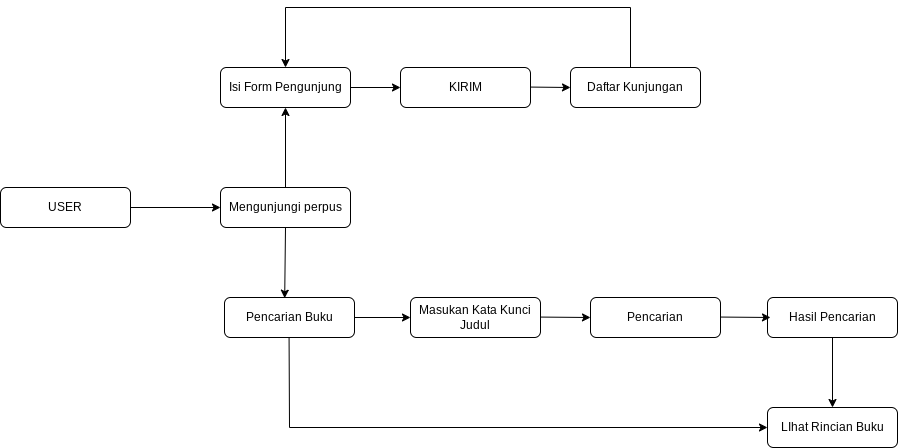
Earlier version of the draw.io export alur-perpusdigital.drawio.png (21abdilah/tefaperpus). Source tidied: cells renumbered, new cells last; positions are measured from the earlier drawing's top-left corner, leaving out a move shared by most shapes. Source of this version:
```xml
<mxGraphModel>
  <root>
    <mxCell id="0" />
    <mxCell id="1" parent="0" />
    <mxCell id="2" value="Mengunjungi perpus" style="rounded=1;whiteSpace=wrap;html=1;" parent="1" vertex="1">
      <mxGeometry x="220" y="180" width="130" height="40" as="geometry" />
    </mxCell>
    <mxCell id="3" value="USER" style="rounded=1;whiteSpace=wrap;html=1;" parent="1" vertex="1">
      <mxGeometry y="180" width="130" height="40" as="geometry" />
    </mxCell>
    <mxCell id="4" value="Pencarian Buku" style="rounded=1;whiteSpace=wrap;html=1;" parent="1" vertex="1">
      <mxGeometry x="224" y="290" width="130" height="40" as="geometry" />
    </mxCell>
    <mxCell id="5" value="Isi Form Pengunjung" style="rounded=1;whiteSpace=wrap;html=1;" parent="1" vertex="1">
      <mxGeometry x="220" y="60" width="130" height="40" as="geometry" />
    </mxCell>
    <mxCell id="6" style="endArrow=classic;html=1;rounded=0;" parent="1" edge="1" target="2">
      <mxGeometry relative="1" as="geometry">
        <mxPoint x="130" y="200" as="sourcePoint" />
      </mxGeometry>
    </mxCell>
    <mxCell id="7" style="endArrow=classic;html=1;rounded=0;entryX=0.5;entryY=1;entryDx=0;entryDy=0;exitX=0.5;exitY=0;exitDx=0;exitDy=0;" parent="1" edge="1" source="2" target="5">
      <mxGeometry relative="1" as="geometry" />
    </mxCell>
    <mxCell id="8" style="endArrow=classic;html=1;rounded=0;exitX=0.5;exitY=1;exitDx=0;exitDy=0;entryX=0.463;entryY=0.017;entryDx=0;entryDy=0;entryPerimeter=0;" parent="1" edge="1" source="2" target="4">
      <mxGeometry relative="1" as="geometry" />
    </mxCell>
    <mxCell id="9" value="Masukan Kata Kunci Judul" style="rounded=1;whiteSpace=wrap;html=1;" parent="1" vertex="1">
      <mxGeometry x="410" y="290" width="130" height="40" as="geometry" />
    </mxCell>
    <mxCell id="10" value="Pencarian" style="rounded=1;whiteSpace=wrap;html=1;" parent="1" vertex="1">
      <mxGeometry x="590" y="290" width="130" height="40" as="geometry" />
    </mxCell>
    <mxCell id="11" value="Hasil Pencarian" style="rounded=1;whiteSpace=wrap;html=1;" parent="1" vertex="1">
      <mxGeometry x="767" y="290" width="130" height="40" as="geometry" />
    </mxCell>
    <mxCell id="12" value="KIRIM" style="rounded=1;whiteSpace=wrap;html=1;" parent="1" vertex="1">
      <mxGeometry x="400" y="60" width="130" height="40" as="geometry" />
    </mxCell>
    <mxCell id="13" value="Daftar Kunjungan" style="rounded=1;whiteSpace=wrap;html=1;" parent="1" vertex="1">
      <mxGeometry x="570" y="60" width="130" height="40" as="geometry" />
    </mxCell>
    <mxCell id="14" style="endArrow=classic;html=1;rounded=0;entryX=0;entryY=0.5;entryDx=0;entryDy=0;" parent="1" edge="1" target="12">
      <mxGeometry relative="1" as="geometry">
        <mxPoint x="350" y="80" as="sourcePoint" />
      </mxGeometry>
    </mxCell>
    <mxCell id="15" style="endArrow=classic;html=1;rounded=0;" parent="1" edge="1">
      <mxGeometry relative="1" as="geometry">
        <mxPoint x="530" y="79.6" as="sourcePoint" />
        <mxPoint x="570" y="80" as="targetPoint" />
      </mxGeometry>
    </mxCell>
    <mxCell id="16" style="endArrow=classic;html=1;rounded=0;entryX=0;entryY=0.5;entryDx=0;entryDy=0;exitX=1;exitY=0.5;exitDx=0;exitDy=0;" parent="1" edge="1" source="4" target="9">
      <mxGeometry relative="1" as="geometry" />
    </mxCell>
    <mxCell id="17" style="endArrow=classic;html=1;rounded=0;exitX=1;exitY=0.5;exitDx=0;exitDy=0;" parent="1" edge="1">
      <mxGeometry relative="1" as="geometry">
        <mxPoint x="540" y="309.6" as="sourcePoint" />
        <mxPoint x="590" y="310" as="targetPoint" />
      </mxGeometry>
    </mxCell>
    <mxCell id="18" style="endArrow=classic;html=1;rounded=0;exitX=1;exitY=0.5;exitDx=0;exitDy=0;" parent="1" edge="1">
      <mxGeometry relative="1" as="geometry">
        <mxPoint x="720" y="309.6" as="sourcePoint" />
        <mxPoint x="770" y="310" as="targetPoint" />
      </mxGeometry>
    </mxCell>
    <mxCell id="19" value="LIhat Rincian Buku" style="rounded=1;whiteSpace=wrap;html=1;" parent="1" vertex="1">
      <mxGeometry x="767" y="400" width="130" height="40" as="geometry" />
    </mxCell>
    <mxCell id="20" style="endArrow=classic;html=1;rounded=0;exitX=0.5;exitY=1;exitDx=0;exitDy=0;entryX=0.5;entryY=0;entryDx=0;entryDy=0;" parent="1" edge="1" source="11" target="19">
      <mxGeometry relative="1" as="geometry" />
    </mxCell>
    <mxCell id="21" style="endArrow=classic;html=1;rounded=0;exitX=0.5;exitY=1;exitDx=0;exitDy=0;entryX=0;entryY=0.5;entryDx=0;entryDy=0;" parent="1" edge="1" target="19">
      <mxGeometry relative="1" as="geometry">
        <mxPoint x="288.6" y="330" as="sourcePoint" />
        <Array as="points">
          <mxPoint x="289" y="420" />
        </Array>
      </mxGeometry>
    </mxCell>
    <mxCell id="22" style="endArrow=classic;html=1;rounded=0;entryX=0.5;entryY=0;entryDx=0;entryDy=0;exitX=0.5;exitY=0;exitDx=0;exitDy=0;" parent="1" edge="1" target="5">
      <mxGeometry relative="1" as="geometry">
        <mxPoint x="630" y="60" as="sourcePoint" />
        <Array as="points">
          <mxPoint x="630" />
          <mxPoint x="285" />
        </Array>
      </mxGeometry>
    </mxCell>
  </root>
</mxGraphModel>
```
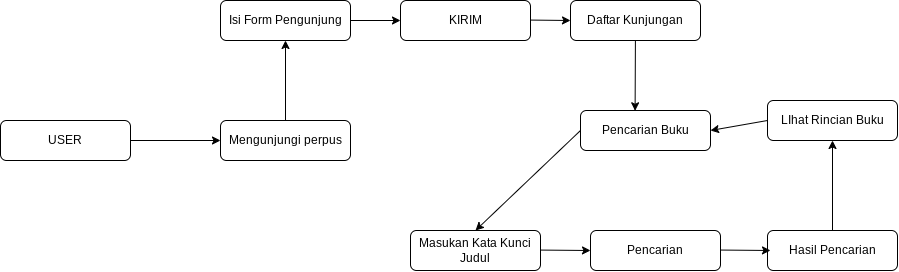
After the change.

The edit, as a diff of the source:
```diff
@@ -9,7 +9,7 @@
       <mxGeometry y="180" width="130" height="40" as="geometry" />
     </mxCell>
     <mxCell id="4" value="Pencarian Buku" style="rounded=1;whiteSpace=wrap;html=1;" parent="1" vertex="1">
-      <mxGeometry x="224" y="290" width="130" height="40" as="geometry" />
+      <mxGeometry x="580" y="170" width="130" height="40" as="geometry" />
     </mxCell>
     <mxCell id="5" value="Isi Form Pengunjung" style="rounded=1;whiteSpace=wrap;html=1;" parent="1" vertex="1">
       <mxGeometry x="220" y="60" width="130" height="40" as="geometry" />
@@ -22,9 +22,6 @@
     <mxCell id="7" style="endArrow=classic;html=1;rounded=0;entryX=0.5;entryY=1;entryDx=0;entryDy=0;exitX=0.5;exitY=0;exitDx=0;exitDy=0;" parent="1" edge="1" source="2" target="5">
       <mxGeometry relative="1" as="geometry" />
     </mxCell>
-    <mxCell id="8" style="endArrow=classic;html=1;rounded=0;exitX=0.5;exitY=1;exitDx=0;exitDy=0;entryX=0.463;entryY=0.017;entryDx=0;entryDy=0;entryPerimeter=0;" parent="1" edge="1" source="2" target="4">
-      <mxGeometry relative="1" as="geometry" />
-    </mxCell>
     <mxCell id="9" value="Masukan Kata Kunci Judul" style="rounded=1;whiteSpace=wrap;html=1;" parent="1" vertex="1">
       <mxGeometry x="410" y="290" width="130" height="40" as="geometry" />
     </mxCell>
@@ -51,9 +48,6 @@
         <mxPoint x="570" y="80" as="targetPoint" />
       </mxGeometry>
     </mxCell>
-    <mxCell id="16" style="endArrow=classic;html=1;rounded=0;entryX=0;entryY=0.5;entryDx=0;entryDy=0;exitX=1;exitY=0.5;exitDx=0;exitDy=0;" parent="1" edge="1" source="4" target="9">
-      <mxGeometry relative="1" as="geometry" />
-    </mxCell>
     <mxCell id="17" style="endArrow=classic;html=1;rounded=0;exitX=1;exitY=0.5;exitDx=0;exitDy=0;" parent="1" edge="1">
       <mxGeometry relative="1" as="geometry">
         <mxPoint x="540" y="309.6" as="sourcePoint" />
@@ -67,27 +61,21 @@
       </mxGeometry>
     </mxCell>
     <mxCell id="19" value="LIhat Rincian Buku" style="rounded=1;whiteSpace=wrap;html=1;" parent="1" vertex="1">
-      <mxGeometry x="767" y="400" width="130" height="40" as="geometry" />
+      <mxGeometry x="767" y="160" width="130" height="40" as="geometry" />
     </mxCell>
-    <mxCell id="20" style="endArrow=classic;html=1;rounded=0;exitX=0.5;exitY=1;exitDx=0;exitDy=0;entryX=0.5;entryY=0;entryDx=0;entryDy=0;" parent="1" edge="1" source="11" target="19">
-      <mxGeometry relative="1" as="geometry" />
+    <mxCell id="20" style="endArrow=classic;html=1;rounded=0;entryX=0.5;entryY=1;entryDx=0;entryDy=0;" parent="1" edge="1" target="19">
+      <mxGeometry relative="1" as="geometry">
+        <mxPoint x="832" y="290" as="sourcePoint" />
+      </mxGeometry>
     </mxCell>
-    <mxCell id="21" style="endArrow=classic;html=1;rounded=0;exitX=0.5;exitY=1;exitDx=0;exitDy=0;entryX=0;entryY=0.5;entryDx=0;entryDy=0;" parent="1" edge="1" target="19">
-      <mxGeometry relative="1" as="geometry">
-        <mxPoint x="288.6" y="330" as="sourcePoint" />
-        <Array as="points">
-          <mxPoint x="289" y="420" />
-        </Array>
-      </mxGeometry>
-    </mxCell>
-    <mxCell id="22" style="endArrow=classic;html=1;rounded=0;entryX=0.5;entryY=0;entryDx=0;entryDy=0;exitX=0.5;exitY=0;exitDx=0;exitDy=0;" parent="1" edge="1" target="5">
-      <mxGeometry relative="1" as="geometry">
-        <mxPoint x="630" y="60" as="sourcePoint" />
-        <Array as="points">
-          <mxPoint x="630" />
-          <mxPoint x="285" />
-        </Array>
-      </mxGeometry>
-    </mxCell>
+    <mxCell id="23" style="endArrow=classic;html=1;rounded=0;entryX=0.42;entryY=0.007;entryDx=0;entryDy=0;entryPerimeter=0;" parent="1" edge="1" source="13" target="4">
+      <mxGeometry relative="1" as="geometry" />
+    </mxCell>
+    <mxCell id="16" style="endArrow=classic;html=1;rounded=0;exitX=0;exitY=0.5;exitDx=0;exitDy=0;entryX=0.5;entryY=0;entryDx=0;entryDy=0;" parent="1" edge="1" source="4" target="9">
+      <mxGeometry relative="1" as="geometry" />
+    </mxCell>
+    <mxCell id="24" style="endArrow=classic;html=1;rounded=0;exitX=0;exitY=0.5;exitDx=0;exitDy=0;entryX=1;entryY=0.5;entryDx=0;entryDy=0;" parent="1" edge="1" source="19" target="4">
+      <mxGeometry relative="1" as="geometry" />
+    </mxCell>
   </root>
 </mxGraphModel>
```
